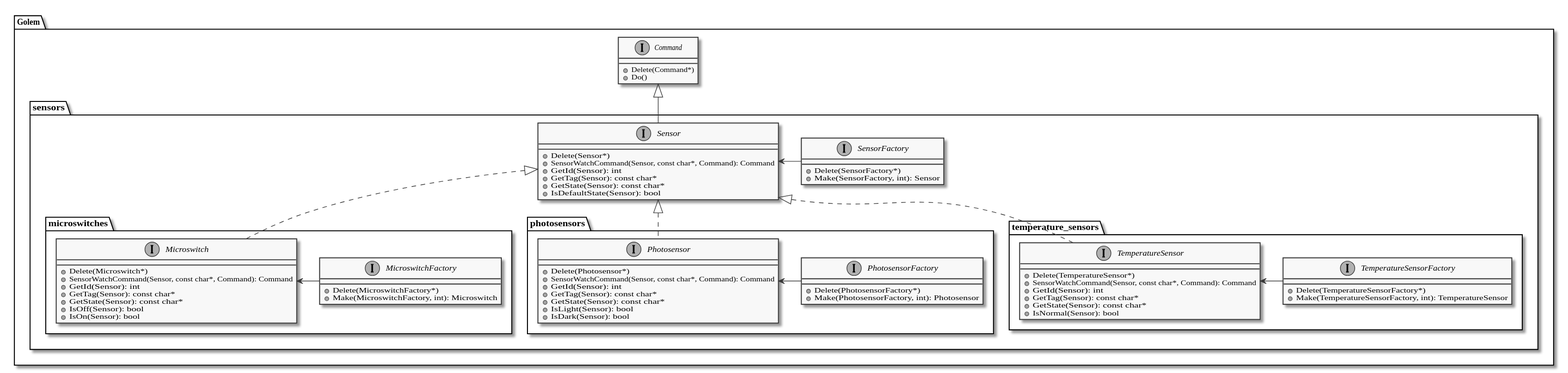
Earlier version of the PlantUML export doc/sensor_class_diagram.svg (kokabe2/golem).
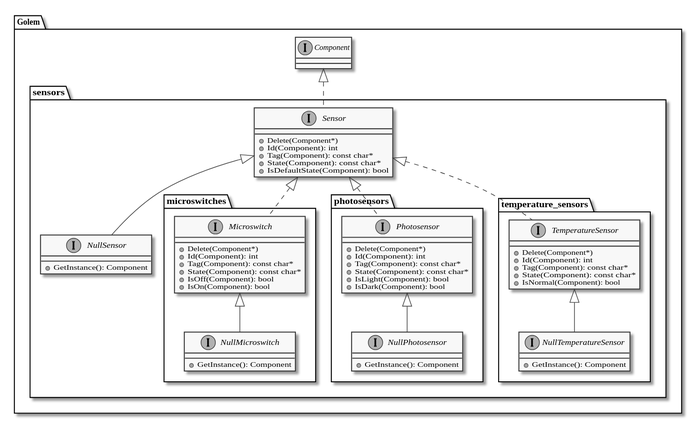
The same file after the commit.

Commit message:
Update class diagrams

The edit, as a diff of the source:
```diff
@@ -5,88 +5,77 @@
 }
 
 package Golem {
-    interface Command {
-        + Delete(Command*)
-        + Do()
-    }
+    interface Component
 
     folder sensors {
         interface Sensor {
-            + Delete(Sensor*)
-            + SensorWatchCommand(Sensor, const char*, Command): Command
-            + GetId(Sensor): int
-            + GetTag(Sensor): const char*
-            + GetState(Sensor): const char*
-            + IsDefaultState(Sensor): bool
+            + Delete(Component*)
+            + Id(Component): int
+            + Tag(Component): const char*
+            + State(Component): const char*
+            + IsDefaultState(Component): bool
         }
 
-        interface SensorFactory {
-            + Delete(SensorFactory*)
-            + Make(SensorFactory, int): Sensor
+        interface NullSensor {
+            + GetInstance(): Component
         }
 
         folder microswitches {
             interface Microswitch {
-                + Delete(Microswitch*)
-                + SensorWatchCommand(Sensor, const char*, Command): Command
-                + GetId(Sensor): int
-                + GetTag(Sensor): const char*
-                + GetState(Sensor): const char*
-                + IsOff(Sensor): bool
-                + IsOn(Sensor): bool
+                + Delete(Component*)
+                + Id(Component): int
+                + Tag(Component): const char*
+                + State(Component): const char*
+                + IsOff(Component): bool
+                + IsOn(Component): bool
             }
 
-            interface MicroswitchFactory {
-                + Delete(MicroswitchFactory*)
-                + Make(MicroswitchFactory, int): Microswitch
+            interface NullMicroswitch {
+                + GetInstance(): Component
             }
 
-            Microswitch <- MicroswitchFactory
+            Microswitch <|-- NullMicroswitch
         }
 
         folder photosensors {
             interface Photosensor {
-                + Delete(Photosensor*)
-                + SensorWatchCommand(Sensor, const char*, Command): Command
-                + GetId(Sensor): int
-                + GetTag(Sensor): const char*
-                + GetState(Sensor): const char*
-                + IsLight(Sensor): bool
-                + IsDark(Sensor): bool
+                + Delete(Component*)
+                + Id(Component): int
+                + Tag(Component): const char*
+                + State(Component): const char*
+                + IsLight(Component): bool
+                + IsDark(Component): bool
             }
 
-            interface PhotosensorFactory {
-                + Delete(PhotosensorFactory*)
-                + Make(PhotosensorFactory, int): Photosensor
+            interface NullPhotosensor {
+                + GetInstance(): Component
             }
 
-            Photosensor <- PhotosensorFactory
+            Photosensor <|-- NullPhotosensor
         }
 
         folder temperature_sensors {
             interface TemperatureSensor {
-                + Delete(TemperatureSensor*)
-                + SensorWatchCommand(Sensor, const char*, Command): Command
-                + GetId(Sensor): int
-                + GetTag(Sensor): const char*
-                + GetState(Sensor): const char*
-                + IsNormal(Sensor): bool
+                + Delete(Component*)
+                + Id(Component): int
+                + Tag(Component): const char*
+                + State(Component): const char*
+                + IsNormal(Component): bool
             }
 
-            interface TemperatureSensorFactory {
-                + Delete(TemperatureSensorFactory*)
-                + Make(TemperatureSensorFactory, int): TemperatureSensor
+            interface NullTemperatureSensor {
+                + GetInstance(): Component
             }
 
-            TemperatureSensor <- TemperatureSensorFactory
+            TemperatureSensor <|-- NullTemperatureSensor
         }
 
-        Sensor <- SensorFactory
+        Sensor <|-- NullSensor
         Sensor <|.. Microswitch
         Sensor <|.. Photosensor
         Sensor <|.. TemperatureSensor
     }
 
-    Command <|-- Sensor
+    Component <|.. Sensor
 }
 @enduml
```
